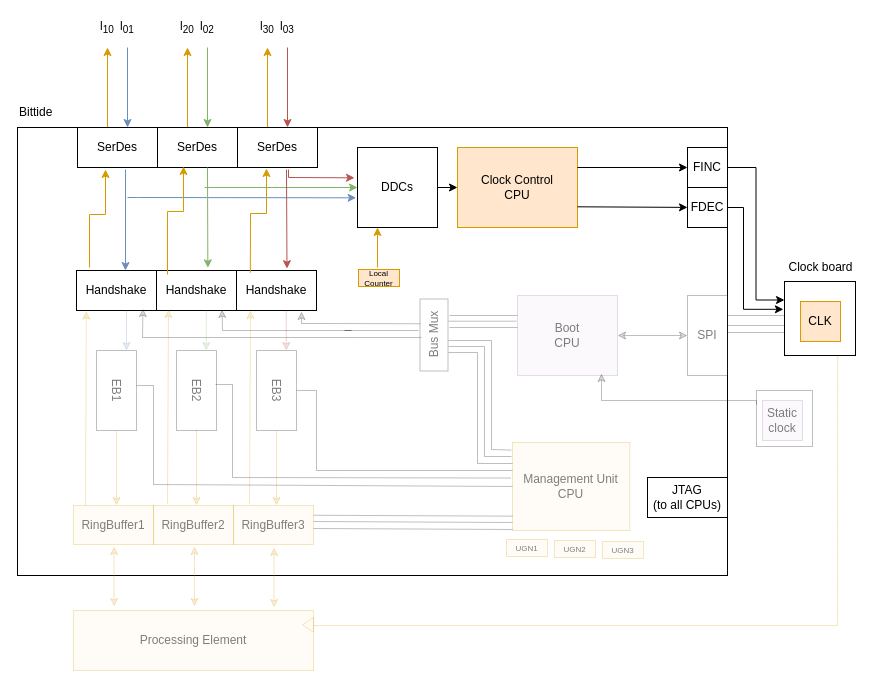
Earlier version of the draw.io diagram docs/diagrams/bittide-cc-diagram.drawio (bittide/bittide-hardware). Source tidied: cells renumbered, new cells numbered last; positions are measured from the earlier drawing's top-left corner, leaving out a move shared by most shapes. Both pictures are drawn from the tidied source at 100%, with x=0, y=0 at pixel (17, 17).
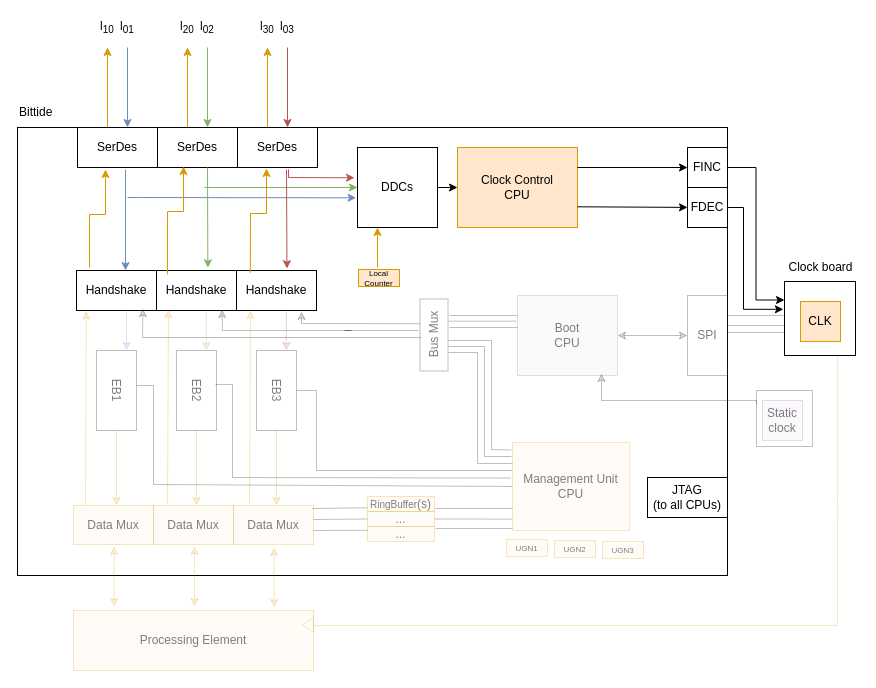
After the change.

Unchanged cells that the change refers to:
```xml
<mxCell id="60" value="&lt;div&gt;Management Unit&lt;/div&gt;&lt;div&gt;CPU&lt;/div&gt;" style="rounded=0;whiteSpace=wrap;html=1;fillColor=#ffe6cc;strokeColor=#d79b00;fillOpacity=15;strokeOpacity=25;textOpacity=50;" parent="1" vertex="1">
  <mxGeometry x="495" y="425" width="117.3" height="88" as="geometry" />
</mxCell>
```

What changed in the source:
```diff
@@
-    <mxCell id="53" value="RingBuffer1" style="rounded=0;whiteSpace=wrap;html=1;fillColor=#ffe6cc;strokeColor=#d79b00;fillOpacity=15;strokeOpacity=25;arcSize=12;textOpacity=50;" parent="1" vertex="1">
+    <mxCell id="53" value="Data Mux" style="rounded=0;whiteSpace=wrap;html=1;fillColor=#ffe6cc;strokeColor=#d79b00;fillOpacity=15;strokeOpacity=25;arcSize=12;textOpacity=50;" parent="1" vertex="1">
       <mxGeometry x="56" y="488" width="80" height="39" as="geometry" />
     </mxCell>
@@
-    <mxCell id="55" value="RingBuffer2" style="rounded=0;whiteSpace=wrap;html=1;fillColor=#ffe6cc;strokeColor=#d79b00;fillOpacity=15;strokeOpacity=25;arcSize=12;textOpacity=50;" parent="1" vertex="1">
+    <mxCell id="55" value="Data Mux" style="rounded=0;whiteSpace=wrap;html=1;fillColor=#ffe6cc;strokeColor=#d79b00;fillOpacity=15;strokeOpacity=25;arcSize=12;textOpacity=50;" parent="1" vertex="1">
       <mxGeometry x="136" y="488" width="80" height="39" as="geometry" />
     </mxCell>
-    <mxCell id="56" value="RingBuffer3" style="rounded=0;whiteSpace=wrap;html=1;fillColor=#ffe6cc;strokeColor=#d79b00;fillOpacity=15;strokeOpacity=25;arcSize=12;textOpacity=50;" parent="1" vertex="1">
+    <mxCell id="56" value="Data Mux" style="rounded=0;whiteSpace=wrap;html=1;fillColor=#ffe6cc;strokeColor=#d79b00;fillOpacity=15;strokeOpacity=25;arcSize=12;textOpacity=50;" parent="1" vertex="1">
       <mxGeometry x="216" y="488" width="80" height="39" as="geometry" />
     </mxCell>
@@
-    <mxCell id="89" style="endArrow=none;html=1;rounded=0;exitX=1;exitY=0.25;exitDx=0;exitDy=0;entryX=0.003;entryY=0.837;entryDx=0;entryDy=0;entryPerimeter=0;fillOpacity=15;strokeOpacity=25;" parent="1" edge="1" source="56" target="60">
-      <mxGeometry relative="1" as="geometry" />
-    </mxCell>
-    <mxCell id="90" style="endArrow=none;html=1;rounded=0;exitX=1;exitY=0.25;exitDx=0;exitDy=0;entryX=0.003;entryY=0.837;entryDx=0;entryDy=0;entryPerimeter=0;fillOpacity=15;strokeOpacity=25;" parent="1" edge="1">
-      <mxGeometry relative="1" as="geometry">
-        <mxPoint x="296" y="504" as="sourcePoint" />
-        <mxPoint x="495" y="505" as="targetPoint" />
-      </mxGeometry>
-    </mxCell>
-    <mxCell id="91" style="endArrow=none;html=1;rounded=0;exitX=1;exitY=0.25;exitDx=0;exitDy=0;entryX=0.003;entryY=0.837;entryDx=0;entryDy=0;entryPerimeter=0;fillOpacity=15;strokeOpacity=25;" parent="1" edge="1">
-      <mxGeometry relative="1" as="geometry">
-        <mxPoint x="296" y="511" as="sourcePoint" />
-        <mxPoint x="495" y="512" as="targetPoint" />
-      </mxGeometry>
-    </mxCell>
@@
+    <mxCell id="97" style="endArrow=none;html=1;rounded=0;exitX=0.993;exitY=0.09;exitDx=0;exitDy=0;entryX=0;entryY=0.75;entryDx=0;entryDy=0;fillOpacity=15;strokeOpacity=25;exitPerimeter=0;" parent="1" edge="1" target="100">
+      <mxGeometry relative="1" as="geometry">
+        <mxPoint x="295" y="491" as="sourcePoint" />
+      </mxGeometry>
+    </mxCell>
+    <mxCell id="98" style="endArrow=none;html=1;rounded=0;exitX=1;exitY=0.5;exitDx=0;exitDy=0;entryX=-0.002;entryY=0.848;entryDx=0;entryDy=0;entryPerimeter=0;fillOpacity=15;strokeOpacity=25;" parent="1" edge="1" source="102">
+      <mxGeometry relative="1" as="geometry">
+        <mxPoint x="494.8" y="501.6" as="targetPoint" />
+      </mxGeometry>
+    </mxCell>
+    <mxCell id="99" style="endArrow=none;html=1;rounded=0;entryX=0.003;entryY=0.837;entryDx=0;entryDy=0;entryPerimeter=0;fillOpacity=15;strokeOpacity=25;" parent="1" edge="1">
+      <mxGeometry relative="1" as="geometry">
+        <mxPoint x="418" y="511" as="sourcePoint" />
+        <mxPoint x="495" y="511" as="targetPoint" />
+      </mxGeometry>
+    </mxCell>
+    <mxCell id="100" value="&lt;font style=&quot;font-size: 10px;&quot;&gt;RingBuffer&lt;/font&gt;(s)" style="rounded=0;whiteSpace=wrap;html=1;fillColor=#ffe6cc;strokeColor=#d79b00;fillOpacity=15;strokeOpacity=25;arcSize=12;textOpacity=50;" parent="1" vertex="1">
+      <mxGeometry x="350" y="479" width="67" height="15" as="geometry" />
+    </mxCell>
+    <mxCell id="101" style="endArrow=none;html=1;rounded=0;entryX=0;entryY=0.5;entryDx=0;entryDy=0;fillOpacity=15;strokeOpacity=25;" parent="1" edge="1" target="102">
+      <mxGeometry relative="1" as="geometry">
+        <mxPoint x="296" y="502" as="sourcePoint" />
+      </mxGeometry>
+    </mxCell>
+    <mxCell id="102" value="..." style="rounded=0;whiteSpace=wrap;html=1;fillColor=#ffe6cc;strokeColor=#d79b00;fillOpacity=15;strokeOpacity=25;arcSize=12;textOpacity=50;" parent="1" vertex="1">
+      <mxGeometry x="350" y="494" width="67" height="15" as="geometry" />
+    </mxCell>
+    <mxCell id="103" value="..." style="rounded=0;whiteSpace=wrap;html=1;fillColor=#ffe6cc;strokeColor=#d79b00;fillOpacity=15;strokeOpacity=25;arcSize=12;textOpacity=50;" parent="1" vertex="1">
+      <mxGeometry x="350" y="509" width="67" height="15" as="geometry" />
+    </mxCell>
+    <mxCell id="104" style="endArrow=none;html=1;rounded=0;fillOpacity=15;strokeOpacity=25;exitX=1.002;exitY=0.678;exitDx=0;exitDy=0;exitPerimeter=0;entryX=0;entryY=0.25;entryDx=0;entryDy=0;" parent="1" edge="1" target="103">
+      <mxGeometry relative="1" as="geometry">
+        <mxPoint x="296" y="513" as="sourcePoint" />
+      </mxGeometry>
+    </mxCell>
+    <mxCell id="105" style="endArrow=none;html=1;rounded=0;entryX=0.003;entryY=0.837;entryDx=0;entryDy=0;entryPerimeter=0;fillOpacity=15;strokeOpacity=25;" parent="1" edge="1">
+      <mxGeometry relative="1" as="geometry">
+        <mxPoint x="418" y="491" as="sourcePoint" />
+        <mxPoint x="495" y="491" as="targetPoint" />
+      </mxGeometry>
+    </mxCell>
```
